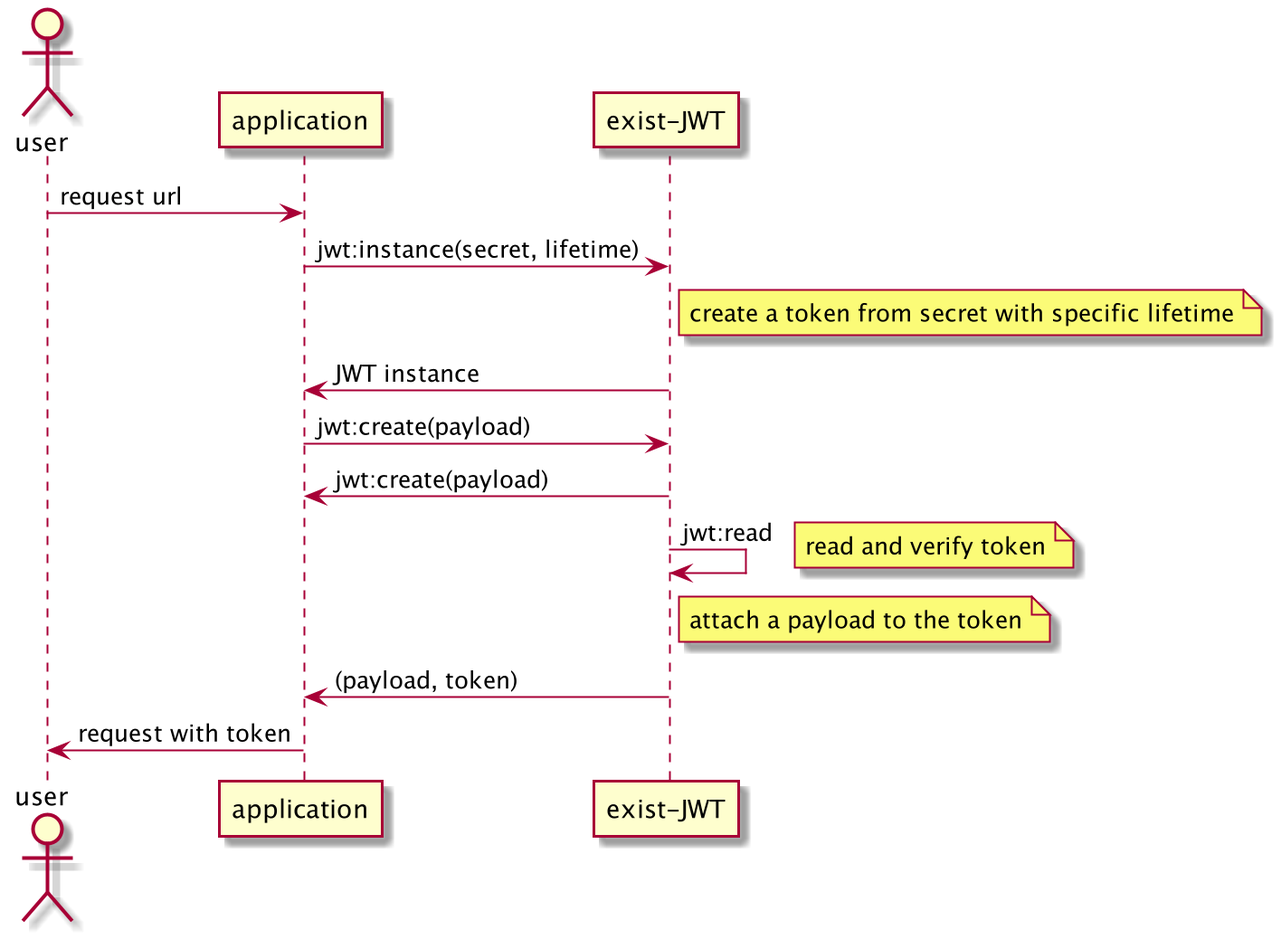
This is doc/interaction_diagram.png from eXistSolutions/exist-jwt, a PlantUML export, as it was before one commit. Source of this version:
```plantuml
@startuml

actor user
user -> application: request url

application -> "exist-JWT": jwt:instance(secret, lifetime)
note right of "exist-JWT"
create a token from secret with specific lifetime
end note

"exist-JWT" -> application: JWT instance




application -> "exist-JWT":jwt:create(payload)

"exist-JWT" -> application: jwt:create(payload)
"exist-JWT" -> "exist-JWT": jwt:read
note right: read and verify token



note right of "exist-JWT"
attach a payload to the token
end note
"exist-JWT" -> application: (payload, token)


application -> user: request with token

@enduml
```
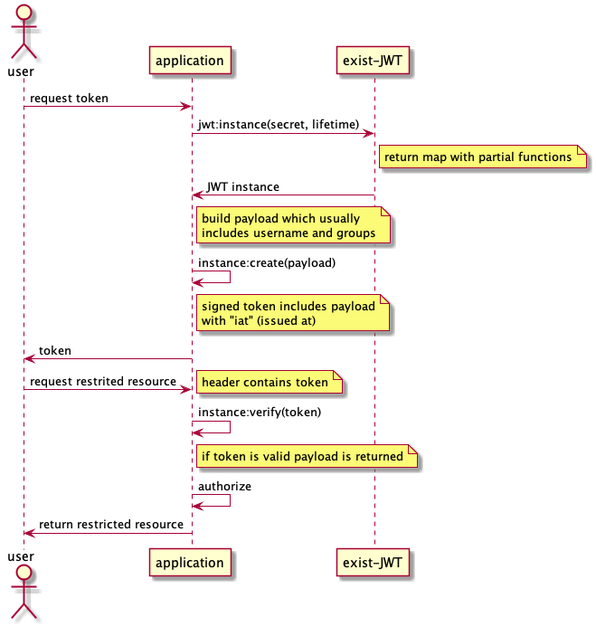
Later version of the same file.

Commit message:
updated interaction diagram and linked it up in README.MD

Diff of the diagram source:
```diff
@@ -1,32 +1,38 @@
 @startuml
 
 actor user
-user -> application: request url
+user -> application: request token
 
 application -> "exist-JWT": jwt:instance(secret, lifetime)
 note right of "exist-JWT"
-create a token from secret with specific lifetime
+return map with partial functions
 end note
 
 "exist-JWT" -> application: JWT instance
+note right of application
+build payload which usually
+includes username and groups
+end note
+
+
+application -> application:instance:create(payload)
+note right of application
+signed token includes payload
+with "iat" (issued at)
+end note
+application -> user: token
+
+user -> application: request restrited resource
+note right: header contains token
+
+application -> application: instance:verify(token)
+note right of application
+if token is valid payload is returned
+end note
+application -> application: authorize
 
 
 
-
-application -> "exist-JWT":jwt:create(payload)
-
-"exist-JWT" -> application: jwt:create(payload)
-"exist-JWT" -> "exist-JWT": jwt:read
-note right: read and verify token
-
-
-
-note right of "exist-JWT"
-attach a payload to the token
-end note
-"exist-JWT" -> application: (payload, token)
-
-
-application -> user: request with token
+application -> user: return restricted resource
 
 @enduml
```
